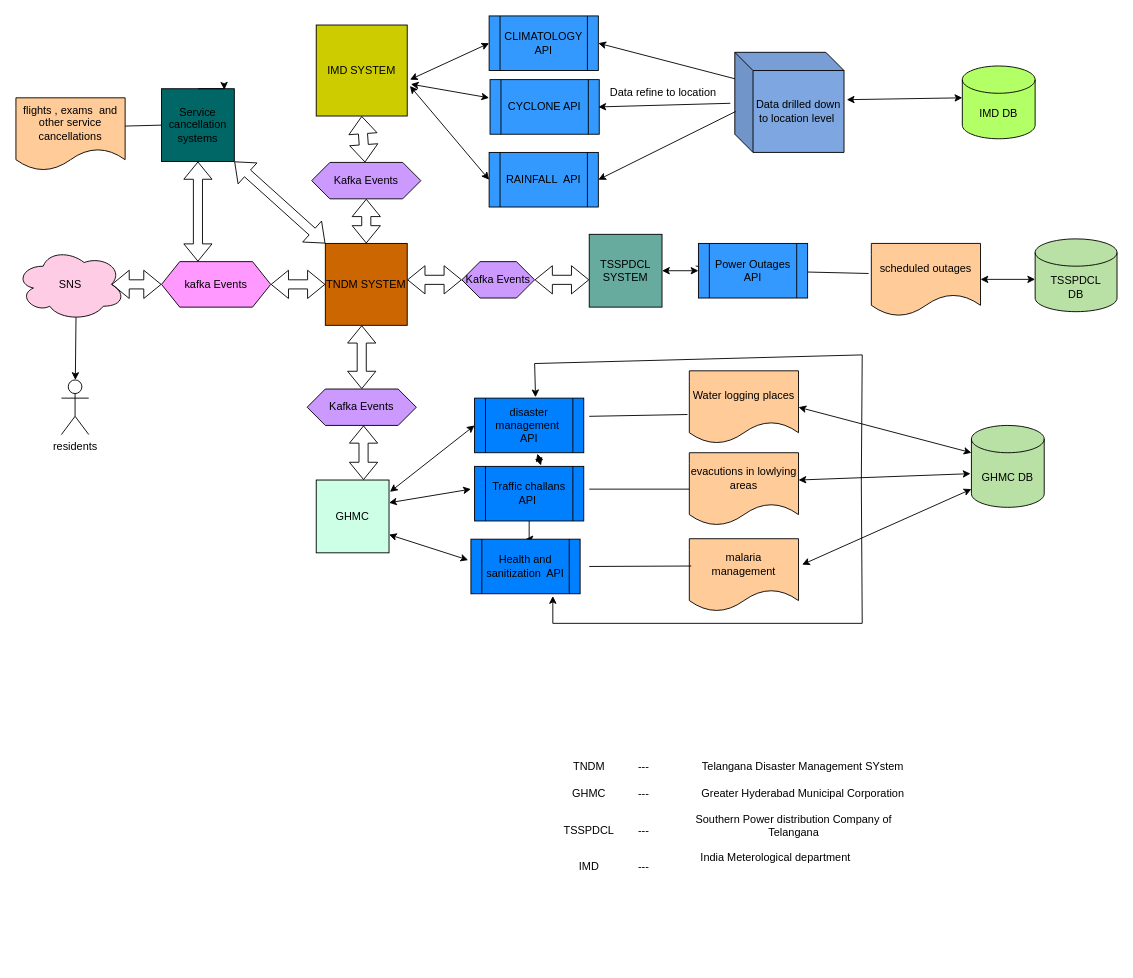
divyadronavalli/demo keeps this draw.io diagram as Untitled Diagram.drawio. Above is the earlier version. Source tidied: cells renumbered, new cells numbered last; positions are measured from the earlier drawing's top-left corner, leaving out a move shared by most shapes. Both pictures are drawn from the tidied source at 91%, with x=0, y=0 at pixel (15, 15).
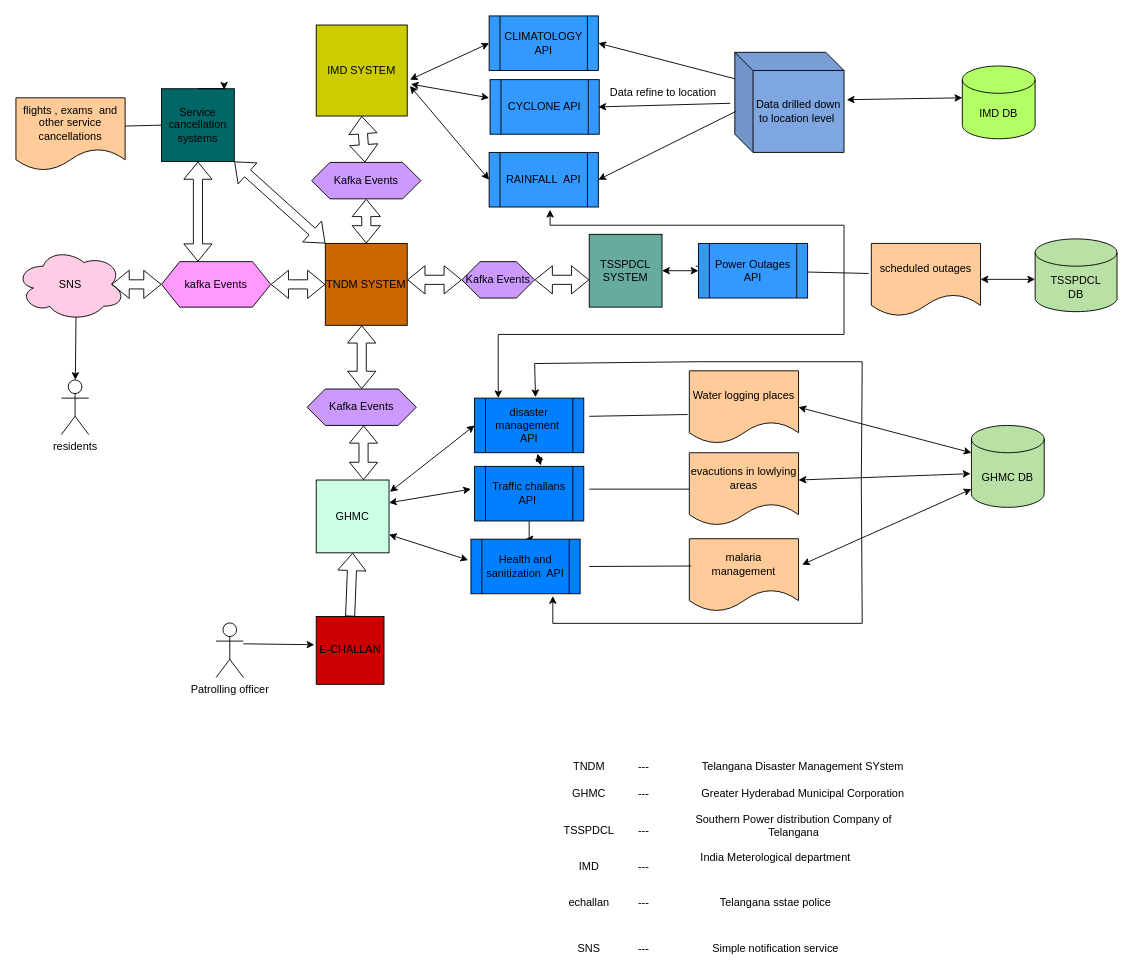
The same diagram, later.

Commit message:
notification system

The change refers to these unchanged cells:
```xml
<mxCell id="11" value="RAINFALL&amp;nbsp; API" style="shape=process;whiteSpace=wrap;html=1;backgroundOutline=1;fillColor=#3399FF;" parent="1" vertex="1">
  <mxGeometry x="520" y="150" width="120" height="60" as="geometry" />
</mxCell>
<mxCell id="14" value="GHMC" style="whiteSpace=wrap;html=1;fillColor=#CCFFE6;" parent="1" vertex="1">
  <mxGeometry x="330" y="510" width="80" height="80" as="geometry" />
</mxCell>
```

Diff of the diagram source:
```diff
@@
     <mxCell id="32" style="endArrow=classic;startArrow=classic;html=1;rounded=0;entryX=0.4;entryY=-0.05;entryDx=0;entryDy=0;entryPerimeter=0;" parent="1" edge="1">
       <mxGeometry relative="1" as="geometry">
         <mxPoint x="590" y="637.5" as="sourcePoint" />
         <mxPoint x="571" y="419" as="targetPoint" />
         <Array as="points">
           <mxPoint x="590" y="667.5" />
           <mxPoint x="930" y="667.5" />
           <mxPoint x="929" y="512" />
-          <mxPoint x="930" y="372.5" />
+          <mxPoint x="930" y="380" />
+          <mxPoint x="750" y="380" />
           <mxPoint x="570" y="382" />
         </Array>
       </mxGeometry>
     </mxCell>
@@
+    <mxCell id="80" style="endArrow=classic;startArrow=classic;html=1;rounded=0;entryX=0.558;entryY=1.05;entryDx=0;entryDy=0;entryPerimeter=0;" parent="1" edge="1" target="11">
+      <mxGeometry relative="1" as="geometry">
+        <mxPoint x="530" y="420" as="sourcePoint" />
+        <Array as="points">
+          <mxPoint x="530" y="350" />
+          <mxPoint x="910" y="350" />
+          <mxPoint x="910" y="230" />
+          <mxPoint x="587" y="230" />
+        </Array>
+      </mxGeometry>
+    </mxCell>
+    <mxCell id="81" value="E-CHALLAN" style="whiteSpace=wrap;html=1;fillColor=#CC0000;" parent="1" vertex="1">
+      <mxGeometry x="330" y="660" width="74.5" height="74.5" as="geometry" />
+    </mxCell>
+    <mxCell id="82" value="echallan" style="text;html=1;strokeColor=none;fillColor=none;align=center;verticalAlign=middle;whiteSpace=wrap;rounded=0;" parent="1" vertex="1">
+      <mxGeometry x="600" y="960" width="60" height="30" as="geometry" />
+    </mxCell>
+    <mxCell id="83" value="---" style="text;html=1;strokeColor=none;fillColor=none;align=center;verticalAlign=middle;whiteSpace=wrap;rounded=0;" parent="1" vertex="1">
+      <mxGeometry x="660" y="960" width="60" height="30" as="geometry" />
+    </mxCell>
+    <mxCell id="84" value="Telangana sstae police" style="text;html=1;strokeColor=none;fillColor=none;align=center;verticalAlign=middle;whiteSpace=wrap;rounded=0;" parent="1" vertex="1">
+      <mxGeometry x="750" y="960" width="170" height="30" as="geometry" />
+    </mxCell>
+    <mxCell id="85" style="shape=flexArrow;endArrow=classic;html=1;rounded=0;exitX=0.5;exitY=0;exitDx=0;exitDy=0;entryX=0.5;entryY=1;entryDx=0;entryDy=0;" parent="1" edge="1" source="81" target="14">
+      <mxGeometry relative="1" as="geometry" />
+    </mxCell>
+    <mxCell id="86" value="Patrolling officer" style="shape=umlActor;verticalLabelPosition=bottom;verticalAlign=top;html=1;" parent="1" vertex="1">
+      <mxGeometry x="220" y="667" width="30" height="60" as="geometry" />
+    </mxCell>
+    <mxCell id="87" style="endArrow=classic;html=1;rounded=0;entryX=-0.027;entryY=0.416;entryDx=0;entryDy=0;entryPerimeter=0;" parent="1" edge="1" target="81">
+      <mxGeometry relative="1" as="geometry">
+        <mxPoint x="250" y="690" as="sourcePoint" />
+      </mxGeometry>
+    </mxCell>
+    <mxCell id="88" value="SNS" style="text;html=1;strokeColor=none;fillColor=none;align=center;verticalAlign=middle;whiteSpace=wrap;rounded=0;" parent="1" vertex="1">
+      <mxGeometry x="600" y="1010" width="60" height="30" as="geometry" />
+    </mxCell>
+    <mxCell id="89" value="---" style="text;html=1;strokeColor=none;fillColor=none;align=center;verticalAlign=middle;whiteSpace=wrap;rounded=0;" parent="1" vertex="1">
+      <mxGeometry x="660" y="1010" width="60" height="30" as="geometry" />
+    </mxCell>
+    <mxCell id="90" value="Simple notification service" style="text;html=1;strokeColor=none;fillColor=none;align=center;verticalAlign=middle;whiteSpace=wrap;rounded=0;" parent="1" vertex="1">
+      <mxGeometry x="750" y="1010" width="170" height="30" as="geometry" />
+    </mxCell>
```
